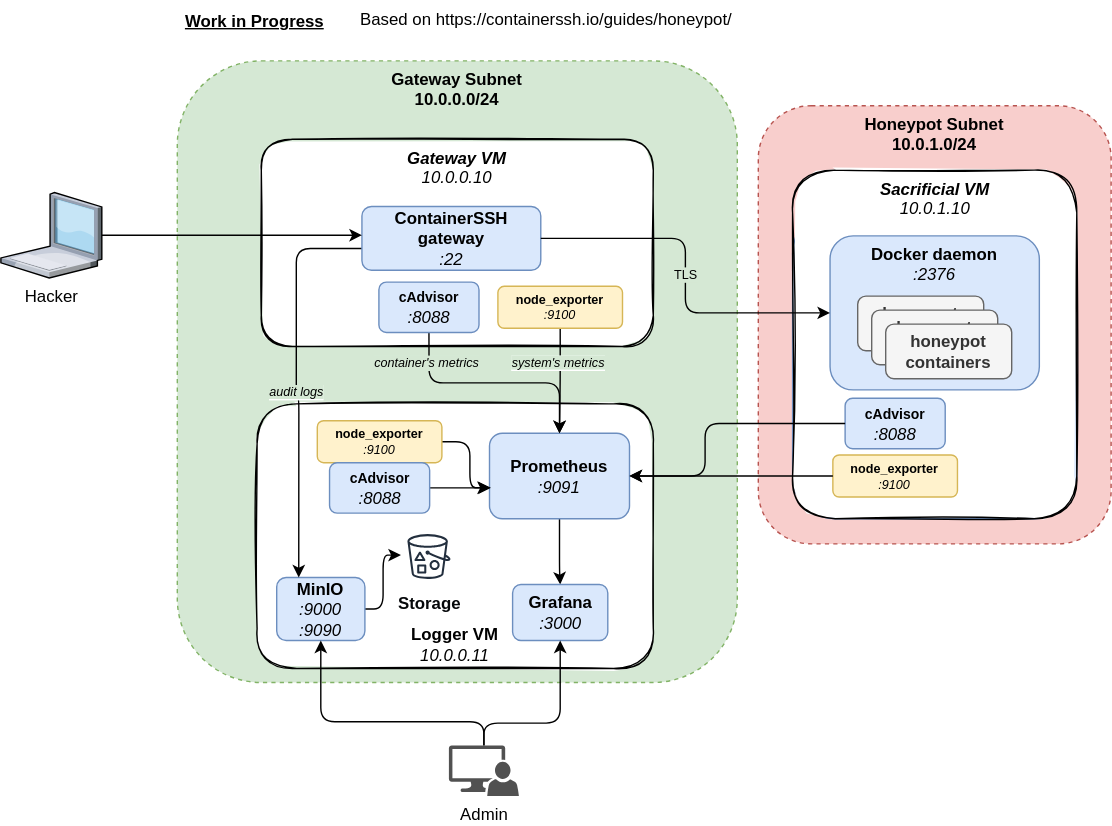
This is diagrams/infra.drawio.svg from paseaf/ContainerSSH-honeypot, a draw.io export, as it was before one commit. Source tidied: cells renumbered, new cells last; positions are measured from the earlier drawing's top-left corner, leaving out a move shared by most shapes.
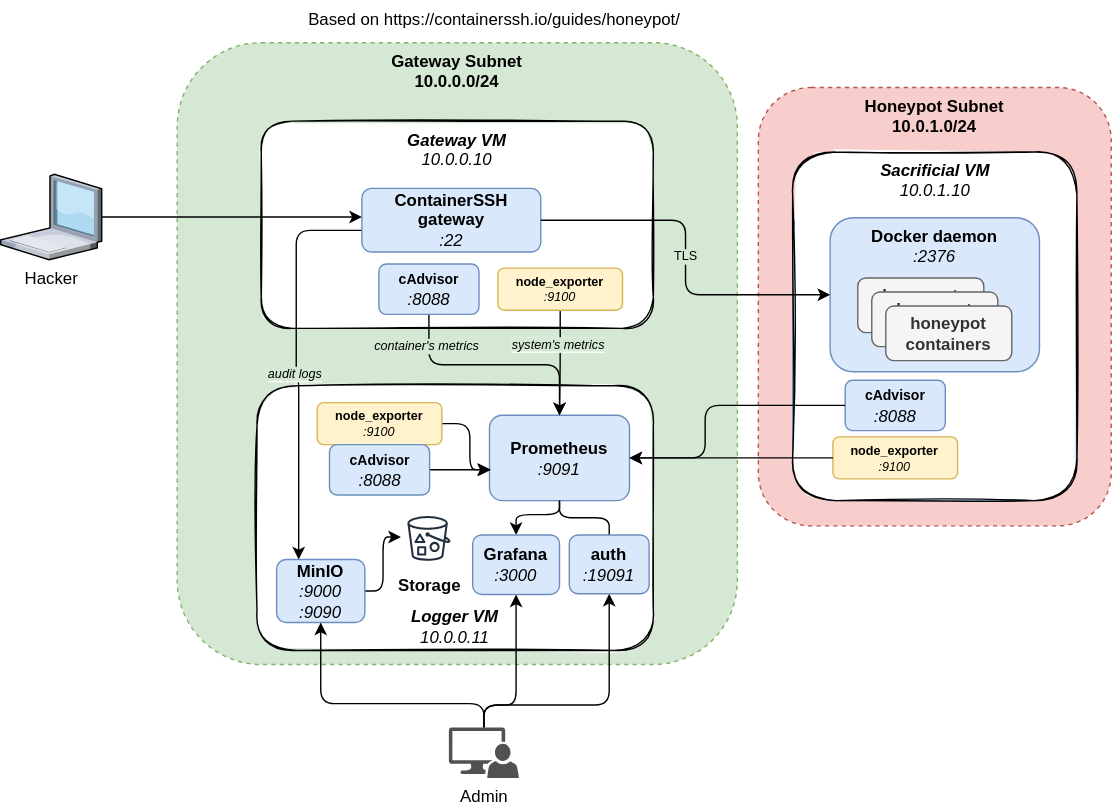
After the change.

Commit message:
docs: update readme and diagram with prometheus

Diff of the diagram source:
```diff
@@ -12,16 +12,16 @@
       <mxGeometry x="541" y="75" width="252" height="313" as="geometry" />
     </mxCell>
     <mxCell id="5" value="Based on https://containerssh.io/guides/honeypot/" style="text;whiteSpace=wrap;html=1;" parent="1" vertex="1">
-      <mxGeometry x="255" width="364" height="30" as="geometry" />
+      <mxGeometry x="217.5" y="13" width="364" height="30" as="geometry" />
     </mxCell>
-    <mxCell id="6" value="&lt;div align=&quot;center&quot;&gt;Logger VM&lt;br&gt;&lt;i&gt;&lt;span style=&quot;font-weight: normal;&quot;&gt;10.0.0.11&lt;/span&gt;&lt;/i&gt;&lt;/div&gt;" style="rounded=1;whiteSpace=wrap;html=1;verticalAlign=bottom;fontStyle=1;glass=0;sketch=1;align=center;" parent="1" vertex="1">
+    <mxCell id="6" value="&lt;div align=&quot;center&quot;&gt;&lt;i&gt;Logger VM&lt;br&gt;&lt;span style=&quot;font-weight: normal&quot;&gt;10.0.0.11&lt;/span&gt;&lt;/i&gt;&lt;/div&gt;" style="rounded=1;whiteSpace=wrap;html=1;verticalAlign=bottom;fontStyle=1;glass=0;sketch=1;align=center;" parent="1" vertex="1">
       <mxGeometry x="183" y="288" width="283" height="189" as="geometry" />
     </mxCell>
     <mxCell id="7" style="edgeStyle=orthogonalEdgeStyle;rounded=1;sketch=0;jettySize=auto;html=1;entryX=0.5;entryY=0;entryDx=0;entryDy=0;labelBackgroundColor=#D5E8D4;fontSize=9;exitX=0.5;exitY=1;exitDx=0;exitDy=0;" parent="1" edge="1" source="8" target="33">
       <mxGeometry relative="1" as="geometry">
         <Array as="points">
-          <mxPoint x="399" y="406" />
-          <mxPoint x="399" y="406" />
+          <mxPoint x="399" y="380" />
+          <mxPoint x="368" y="380" />
         </Array>
       </mxGeometry>
     </mxCell>
@@ -105,9 +105,6 @@
     <mxCell id="28" value="honeypot&lt;br&gt;containers" style="rounded=1;whiteSpace=wrap;html=1;fontStyle=1;fillColor=#f5f5f5;fontColor=#333333;strokeColor=#666666;" parent="25" vertex="1">
       <mxGeometry x="20" y="20" width="90" height="39" as="geometry" />
     </mxCell>
-    <mxCell id="29" value="Work in Progress" style="text;html=1;align=center;verticalAlign=middle;strokeColor=none;fillColor=none;fontStyle=5;" parent="1" vertex="1">
-      <mxGeometry x="126" y="6" width="109" height="18" as="geometry" />
-    </mxCell>
     <mxCell id="30" style="edgeStyle=orthogonalEdgeStyle;rounded=1;sketch=0;jettySize=auto;html=1;exitX=0.5;exitY=1;exitDx=0;exitDy=0;entryX=0.5;entryY=0;entryDx=0;entryDy=0;labelBackgroundColor=#D5E8D4;fontSize=9;" parent="1" edge="1" source="32" target="8">
       <mxGeometry relative="1" as="geometry" />
     </mxCell>
@@ -120,7 +117,7 @@
       <mxGeometry x="270" y="201" width="71.5" height="36" as="geometry" />
     </mxCell>
     <mxCell id="33" value="&lt;div&gt;Grafana&lt;/div&gt;&lt;div&gt;&lt;i&gt;&lt;span style=&quot;font-weight: normal&quot;&gt;:3000&lt;/span&gt;&lt;/i&gt;&lt;br&gt;&lt;/div&gt;" style="whiteSpace=wrap;html=1;fontStyle=1;fillColor=#dae8fc;strokeColor=#6c8ebf;rounded=1;" parent="1" vertex="1">
-      <mxGeometry x="365.5" y="417" width="68" height="40" as="geometry" />
+      <mxGeometry x="337" y="394.5" width="62" height="42.5" as="geometry" />
     </mxCell>
     <mxCell id="34" style="edgeStyle=orthogonalEdgeStyle;rounded=1;sketch=0;jettySize=auto;html=1;entryX=0.003;entryY=0.637;entryDx=0;entryDy=0;entryPerimeter=0;labelBackgroundColor=#D5E8D4;fontSize=9;" parent="1" edge="1" source="35" target="8">
       <mxGeometry relative="1" as="geometry" />
@@ -165,12 +162,26 @@
       <mxGeometry relative="1" as="geometry">
         <Array as="points">
           <mxPoint x="345" y="516" />
-          <mxPoint x="399" y="516" />
+          <mxPoint x="368" y="516" />
         </Array>
       </mxGeometry>
     </mxCell>
+    <mxCell id="44" style="edgeStyle=orthogonalEdgeStyle;html=1;entryX=0.5;entryY=1;entryDx=0;entryDy=0;" parent="1" edge="1" source="43" target="46">
+      <mxGeometry relative="1" as="geometry">
+        <Array as="points">
+          <mxPoint x="345" y="516" />
+          <mxPoint x="435" y="516" />
+        </Array>
+      </mxGeometry>
+    </mxCell>
     <mxCell id="43" value="Admin" style="sketch=0;shadow=0;dashed=0;html=1;strokeColor=none;labelPosition=center;verticalLabelPosition=bottom;verticalAlign=top;align=center;fillColor=#515151;shape=mxgraph.mscae.system_center.admin_console;" parent="1" vertex="1">
       <mxGeometry x="320" y="532" width="50" height="36" as="geometry" />
     </mxCell>
+    <mxCell id="45" style="edgeStyle=orthogonalEdgeStyle;html=1;fontSize=10;endArrow=none;endFill=0;" parent="1" edge="1" source="46" target="8">
+      <mxGeometry relative="1" as="geometry" />
+    </mxCell>
+    <mxCell id="46" value="&lt;font style=&quot;font-size: 12px;&quot;&gt;auth&lt;br style=&quot;font-size: 12px;&quot;&gt;&lt;span style=&quot;font-weight: normal; font-size: 12px;&quot;&gt;&lt;i style=&quot;font-size: 12px;&quot;&gt;:19091&lt;/i&gt;&lt;/span&gt;&lt;/font&gt;" style="whiteSpace=wrap;html=1;fontStyle=1;fillColor=#dae8fc;strokeColor=#6c8ebf;rounded=1;fontSize=12;" parent="1" vertex="1">
+      <mxGeometry x="406" y="394.5" width="57" height="42" as="geometry" />
+    </mxCell>
   </root>
 </mxGraphModel>
```
